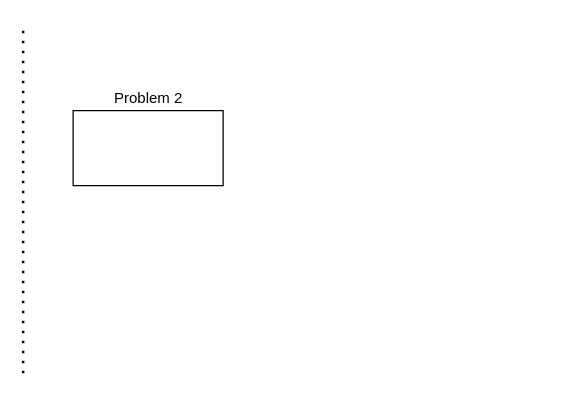
Before: Untitled Diagram.drawio in whuWHX/MS, a draw.io diagram. Source tidied: cells renumbered, new cells numbered last; positions are measured from the earlier drawing's top-left corner, leaving out a move shared by most shapes. Both pictures are drawn from the tidied source at 125%, with x=0, y=0 at pixel (22, 22).
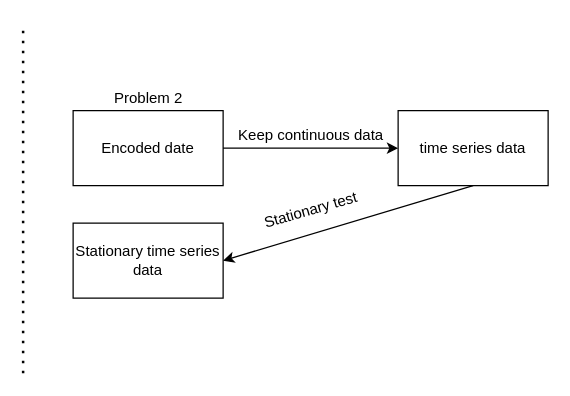
The same page after the edit.

What changed in the source:
```diff
@@
 <mxGraphModel>
   <root>
     <mxCell id="0" />
     <mxCell id="1" parent="0" />
-    <mxCell id="2" style="rounded=0;whiteSpace=wrap;html=1;" parent="1" vertex="1">
+    <mxCell id="2" value="Encoded date" style="rounded=0;whiteSpace=wrap;html=1;" parent="1" vertex="1">
       <mxGeometry x="40" y="70" width="120" height="60" as="geometry" />
     </mxCell>
     <mxCell id="3" value="Problem 2" style="text;html=1;align=center;verticalAlign=middle;fillColor=none;strokeColor=none;rounded=0;" parent="1" vertex="1">
       <mxGeometry x="65" y="50" width="70" height="20" as="geometry" />
     </mxCell>
     <mxCell id="4" style="endArrow=none;dashed=1;html=1;dashPattern=1 3;strokeWidth=2;rounded=0;" parent="1" edge="1">
       <mxGeometry relative="1" as="geometry">
         <mxPoint y="280" as="sourcePoint" />
         <mxPoint as="targetPoint" />
       </mxGeometry>
     </mxCell>
+    <mxCell id="5" style="endArrow=classic;html=1;rounded=0;" parent="1" edge="1">
+      <mxGeometry relative="1" as="geometry">
+        <mxPoint x="160" y="100" as="sourcePoint" />
+        <mxPoint x="300" y="100" as="targetPoint" />
+      </mxGeometry>
+    </mxCell>
+    <mxCell id="6" value="Keep continuous data" style="text;html=1;align=center;verticalAlign=middle;fillColor=none;strokeColor=none;rounded=0;" parent="1" vertex="1">
+      <mxGeometry x="160" y="80" width="140" height="20" as="geometry" />
+    </mxCell>
+    <mxCell id="7" value="time series data" style="rounded=0;whiteSpace=wrap;html=1;" parent="1" vertex="1">
+      <mxGeometry x="300" y="70" width="120" height="60" as="geometry" />
+    </mxCell>
+    <mxCell id="8" style="endArrow=classic;html=1;rounded=0;entryX=1;entryY=0.5;entryDx=0;entryDy=0;" parent="1" edge="1" target="9">
+      <mxGeometry relative="1" as="geometry">
+        <mxPoint x="360" y="130" as="sourcePoint" />
+      </mxGeometry>
+    </mxCell>
+    <mxCell id="9" value="Stationary time series data" style="rounded=0;whiteSpace=wrap;html=1;" parent="1" vertex="1">
+      <mxGeometry x="40" y="160" width="120" height="60" as="geometry" />
+    </mxCell>
+    <mxCell id="10" value="Stationary test" style="text;html=1;align=center;verticalAlign=middle;fillColor=none;strokeColor=none;rounded=0;rotation=-16;" parent="1" vertex="1">
+      <mxGeometry x="180" y="140" width="100" height="20" as="geometry" />
+    </mxCell>
   </root>
 </mxGraphModel>
```
